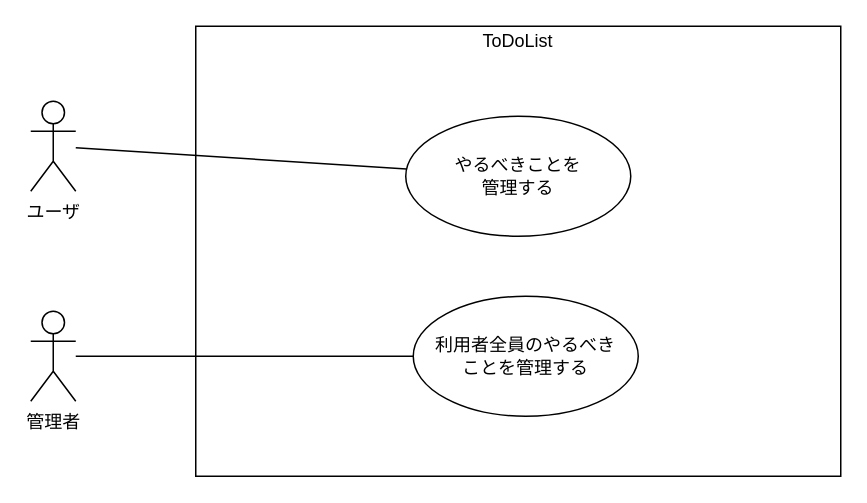
This is portfolio03/01/requirement_definition/usecase/portfolio03_01_usecase.drawio from RRRYOOO/portfolio, a draw.io file, before an edit. Source tidied: cells renumbered, new cells numbered last; positions are measured from the earlier drawing's top-left corner, leaving out a move shared by most shapes. Both pictures are drawn from the tidied source at 150%, with x=0, y=0 at pixel (30, 26).
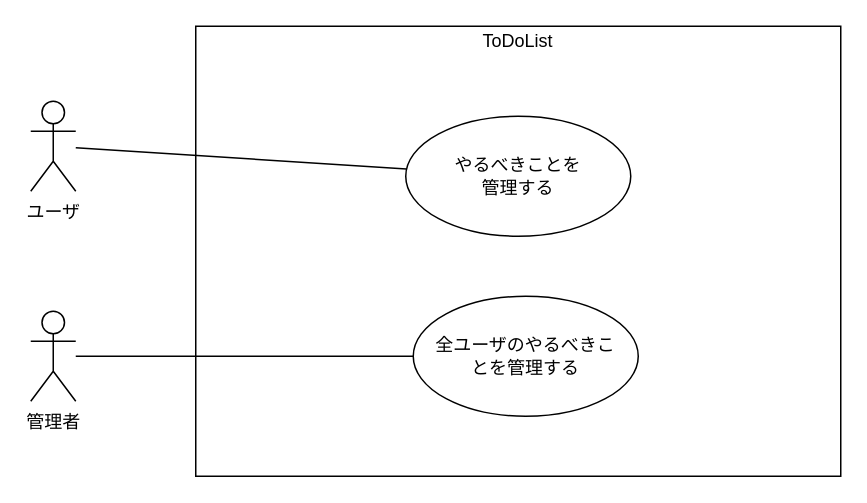
Above is the later version.

What changed in the source:
```diff
@@
 <mxGraphModel>
   <root>
     <mxCell id="0" />
     <mxCell id="1" parent="0" />
     <mxCell id="2" style="rounded=0;whiteSpace=wrap;html=1;" parent="1" vertex="1">
       <mxGeometry x="110" width="430" height="300" as="geometry" />
     </mxCell>
     <mxCell id="3" value="ユーザ" style="shape=umlActor;verticalLabelPosition=bottom;verticalAlign=top;html=1;outlineConnect=0;" parent="1" vertex="1">
       <mxGeometry y="50" width="30" height="60" as="geometry" />
     </mxCell>
     <mxCell id="4" value="管理者" style="shape=umlActor;verticalLabelPosition=bottom;verticalAlign=top;html=1;outlineConnect=0;" parent="1" vertex="1">
       <mxGeometry y="190" width="30" height="60" as="geometry" />
     </mxCell>
     <mxCell id="5" style="group;" parent="1" vertex="1">
       <mxGeometry x="280" y="60" width="120" height="80" as="geometry" />
     </mxCell>
     <mxCell id="6" style="ellipse;whiteSpace=wrap;html=1;" parent="5" vertex="1">
       <mxGeometry x="-30" width="150" height="80" as="geometry" />
     </mxCell>
     <mxCell id="7" value="やるべきことを管理する" style="text;html=1;strokeColor=none;fillColor=none;align=center;verticalAlign=middle;whiteSpace=wrap;rounded=0;" parent="5" vertex="1">
       <mxGeometry y="30" width="90" height="20" as="geometry" />
     </mxCell>
     <mxCell id="8" style="ellipse;whiteSpace=wrap;html=1;" parent="1" vertex="1">
       <mxGeometry x="255" y="180" width="150" height="80" as="geometry" />
     </mxCell>
-    <mxCell id="9" value="利用者全員のやるべきことを管理する" style="text;html=1;strokeColor=none;fillColor=none;align=center;verticalAlign=middle;whiteSpace=wrap;rounded=0;" parent="1" vertex="1">
+    <mxCell id="9" value="全ユーザのやるべきことを管理する" style="text;html=1;strokeColor=none;fillColor=none;align=center;verticalAlign=middle;whiteSpace=wrap;rounded=0;" parent="1" vertex="1">
       <mxGeometry x="265" y="200" width="130" height="40" as="geometry" />
     </mxCell>
     <mxCell id="10" style="endArrow=none;html=1;" parent="1" edge="1" source="3" target="6">
       <mxGeometry relative="1" as="geometry" />
     </mxCell>
     <mxCell id="11" style="endArrow=none;html=1;exitX=0;exitY=0.5;exitDx=0;exitDy=0;" parent="1" edge="1" source="8" target="4">
       <mxGeometry relative="1" as="geometry" />
     </mxCell>
     <mxCell id="12" value="ToDoList" style="text;html=1;strokeColor=none;fillColor=none;align=center;verticalAlign=middle;whiteSpace=wrap;rounded=0;" parent="1" vertex="1">
       <mxGeometry x="280" width="90" height="20" as="geometry" />
     </mxCell>
   </root>
 </mxGraphModel>
```
